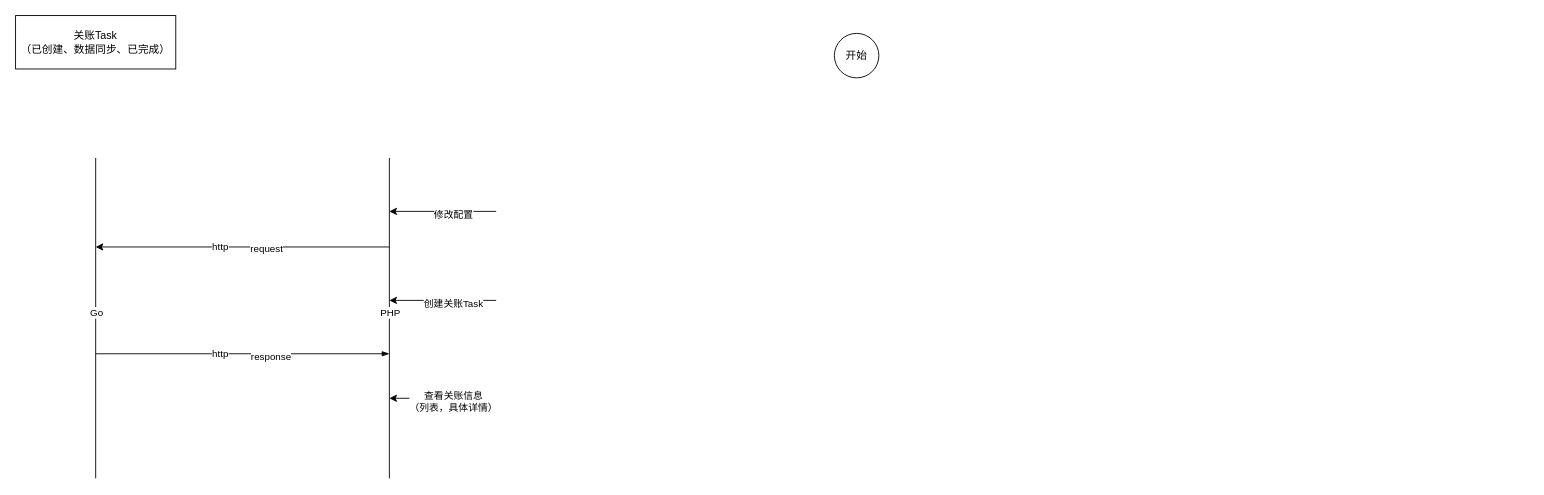
Before: 箱信解耦/未命名绘图.drawio in gongyao1992/draw, a draw.io diagram. Source tidied: cells renumbered, new cells numbered last; positions are measured from the earlier drawing's top-left corner, leaving out a move shared by most shapes. Both pictures are drawn from the tidied source at 89%, with x=0, y=0 at pixel (15, 15).
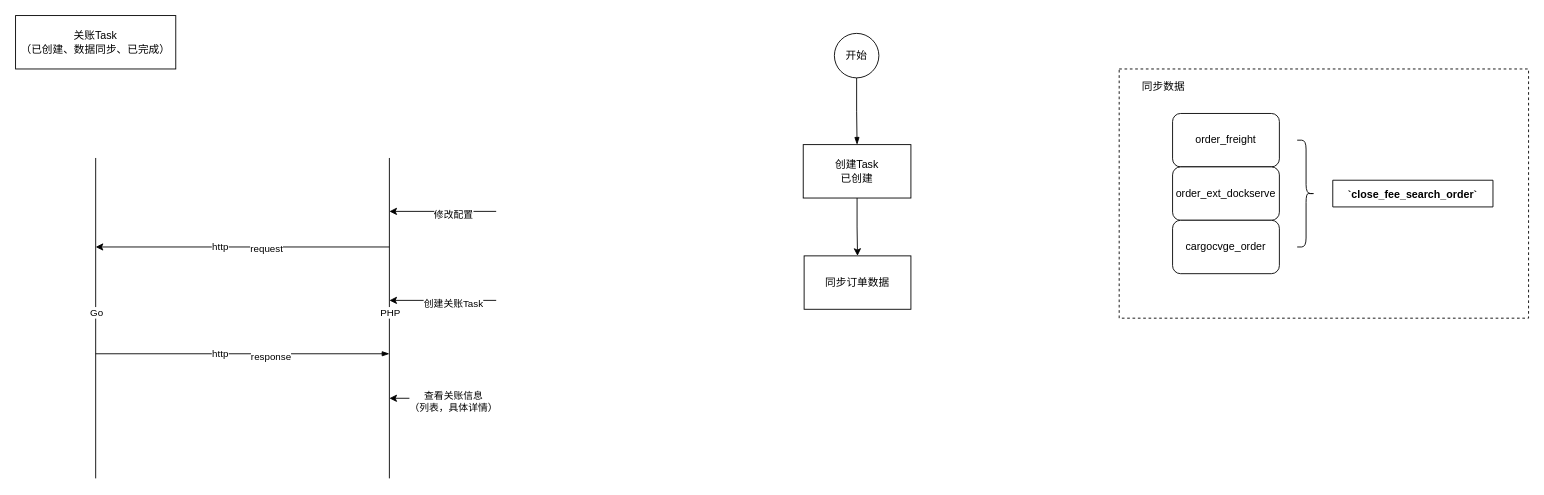
Above is the later version.

Commit message (it also covers changes not shown here):
更新未命名绘图.drawio

Unchanged cells that the change refers to:
```xml
<mxCell id="19" value="开始" style="ellipse;whiteSpace=wrap;html=1;" parent="1" vertex="1">
  <mxGeometry x="920" y="20" width="50" height="50" as="geometry" />
</mxCell>
```

Diff of the diagram source:
```diff
@@
+    <mxCell id="20" style="rounded=0;whiteSpace=wrap;html=1;fillColor=none;dashed=1;" parent="1" vertex="1">
+      <mxGeometry x="1240" y="60" width="460" height="280" as="geometry" />
+    </mxCell>
@@
+    <mxCell id="21" style="edgeStyle=orthogonalEdgeStyle;rounded=0;jettySize=auto;html=1;startArrow=none;startFill=0;endArrow=blockThin;endFill=1;" parent="1" edge="1" source="19" target="23">
+      <mxGeometry relative="1" as="geometry" />
+    </mxCell>
@@
+    <mxCell id="22" style="edgeStyle=orthogonalEdgeStyle;rounded=0;jettySize=auto;html=1;startArrow=none;startFill=0;endArrow=classic;endFill=1;" parent="1" edge="1" source="23" target="24">
+      <mxGeometry relative="1" as="geometry" />
+    </mxCell>
+    <mxCell id="23" value="创建Task&lt;br&gt;已创建" style="whiteSpace=wrap;html=1;" parent="1" vertex="1">
+      <mxGeometry x="885" y="145" width="121" height="60" as="geometry" />
+    </mxCell>
+    <mxCell id="24" value="同步订单数据" style="whiteSpace=wrap;html=1;" parent="1" vertex="1">
+      <mxGeometry x="886" y="270" width="120" height="60" as="geometry" />
+    </mxCell>
+    <mxCell id="25" value="order_freight" style="rounded=1;whiteSpace=wrap;html=1;" parent="1" vertex="1">
+      <mxGeometry x="1300" y="110" width="120" height="60" as="geometry" />
+    </mxCell>
+    <mxCell id="26" value="order_ext_dockserve" style="rounded=1;whiteSpace=wrap;html=1;" parent="1" vertex="1">
+      <mxGeometry x="1300" y="170" width="120" height="60" as="geometry" />
+    </mxCell>
+    <mxCell id="27" value="cargocvge_order" style="rounded=1;whiteSpace=wrap;html=1;" parent="1" vertex="1">
+      <mxGeometry x="1300" y="230" width="120" height="60" as="geometry" />
+    </mxCell>
+    <mxCell id="28" style="shape=curlyBracket;whiteSpace=wrap;html=1;rounded=1;flipH=1;" parent="1" vertex="1">
+      <mxGeometry x="1440" y="140" width="20" height="120" as="geometry" />
+    </mxCell>
+    <mxCell id="29" value="`close_fee_search_order`" style="shape=table;startSize=30;childLayout=tableLayout;rowLines=0;fontStyle=1;align=center;" parent="1" vertex="1" collapsed="1">
+      <mxGeometry x="1480" y="185" width="180" height="30" as="geometry" />
+    </mxCell>
+    <mxCell id="30" value="同步数据" style="text;html=1;strokeColor=none;fillColor=none;align=center;verticalAlign=middle;whiteSpace=wrap;rounded=0;" parent="1" vertex="1">
+      <mxGeometry x="1260" y="70" width="60" height="20" as="geometry" />
+    </mxCell>
```
